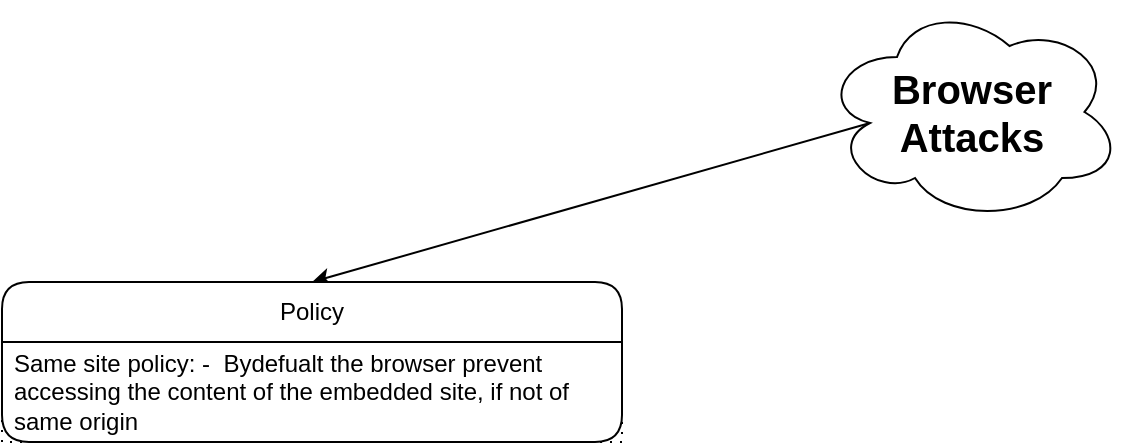
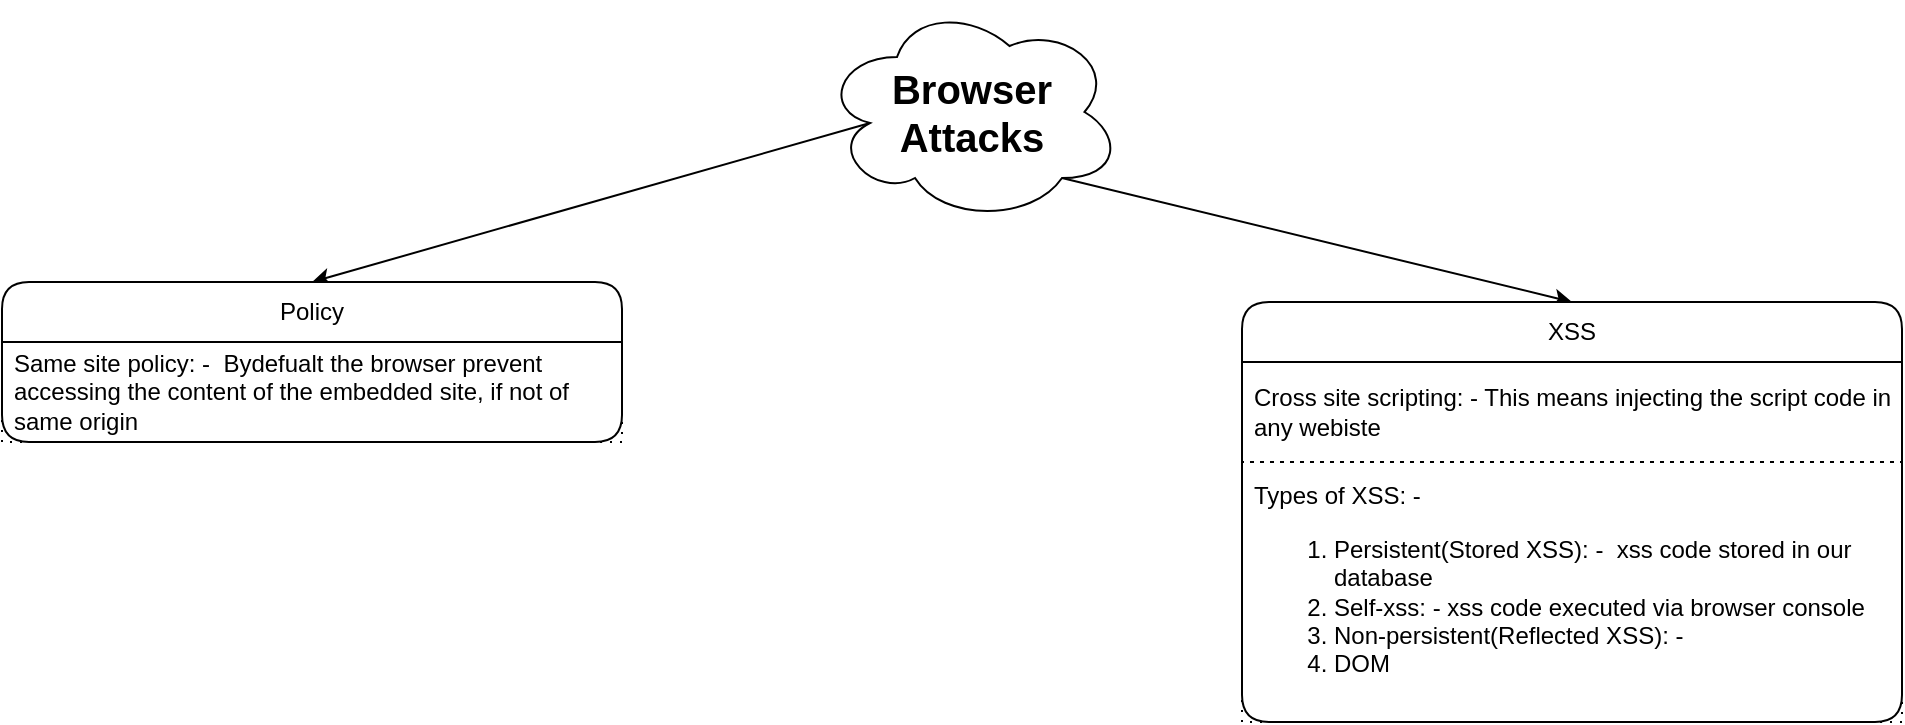
<mxfile host="65bd71144e">
    <diagram id="rGSJD5ddG8PQZyiLct0F" name="Page-1">
-         <mxGraphModel dx="1659" dy="475" grid="1" gridSize="10" guides="1" tooltips="1" connect="1" arrows="1" fold="1" page="1" pageScale="1" pageWidth="827" pageHeight="1169" background="#ffffff" math="0" shadow="0">
+         <mxGraphModel dx="1475" dy="475" grid="1" gridSize="10" guides="1" tooltips="1" connect="1" arrows="1" fold="1" page="1" pageScale="1" pageWidth="827" pageHeight="1169" background="#ffffff" math="0" shadow="0">
            <root>
                <mxCell id="0"/>
                <mxCell id="1" parent="0"/>
-                 <mxCell id="7" style="edgeStyle=none;html=1;exitX=0.16;exitY=0.55;exitDx=0;exitDy=0;exitPerimeter=0;entryX=0.5;entryY=0;entryDx=0;entryDy=0;" edge="1" parent="1" source="2" target="3">
+                 <mxCell id="7" style="edgeStyle=none;html=1;exitX=0.16;exitY=0.55;exitDx=0;exitDy=0;exitPerimeter=0;entryX=0.5;entryY=0;entryDx=0;entryDy=0;" parent="1" source="2" target="3" edge="1">
                    <mxGeometry relative="1" as="geometry"/>
                </mxCell>
-                 <mxCell id="2" value="&lt;b&gt;&lt;font style=&quot;font-size: 20px;&quot;&gt;Browser Attacks&lt;/font&gt;&lt;/b&gt;" style="ellipse;shape=cloud;whiteSpace=wrap;html=1;" vertex="1" parent="1">
+                 <mxCell id="10" style="edgeStyle=none;html=1;exitX=0.8;exitY=0.8;exitDx=0;exitDy=0;exitPerimeter=0;entryX=0.5;entryY=0;entryDx=0;entryDy=0;" edge="1" parent="1" source="2" target="8">
+                     <mxGeometry relative="1" as="geometry"/>
+                 </mxCell>
+                 <mxCell id="2" value="&lt;b&gt;&lt;font style=&quot;font-size: 20px;&quot;&gt;Browser Attacks&lt;/font&gt;&lt;/b&gt;" style="ellipse;shape=cloud;whiteSpace=wrap;html=1;" parent="1" vertex="1">
                    <mxGeometry x="230" y="350" width="150" height="110" as="geometry"/>
                </mxCell>
-                 <mxCell id="3" value="Policy" style="swimlane;fontStyle=0;childLayout=stackLayout;horizontal=1;startSize=30;horizontalStack=0;resizeParent=1;resizeParentMax=0;resizeLast=0;collapsible=1;marginBottom=0;whiteSpace=wrap;html=1;rounded=1;" vertex="1" parent="1">
+                 <mxCell id="3" value="Policy" style="swimlane;fontStyle=0;childLayout=stackLayout;horizontal=1;startSize=30;horizontalStack=0;resizeParent=1;resizeParentMax=0;resizeLast=0;collapsible=1;marginBottom=0;whiteSpace=wrap;html=1;rounded=1;" parent="1" vertex="1">
                    <mxGeometry x="-180" y="490" width="310" height="80" as="geometry"/>
                </mxCell>
-                 <mxCell id="4" value="Same site policy: -&amp;nbsp; Bydefualt the browser prevent accessing the content of the embedded site, if not of same origin" style="text;strokeColor=default;fillColor=none;align=left;verticalAlign=middle;spacingLeft=4;spacingRight=4;overflow=hidden;points=[[0,0.5],[1,0.5]];portConstraint=eastwest;rotatable=0;whiteSpace=wrap;html=1;dashed=1;dashPattern=1 4;" vertex="1" parent="3">
+                 <mxCell id="4" value="Same site policy: -&amp;nbsp; Bydefualt the browser prevent accessing the content of the embedded site, if not of same origin" style="text;strokeColor=default;fillColor=none;align=left;verticalAlign=middle;spacingLeft=4;spacingRight=4;overflow=hidden;points=[[0,0.5],[1,0.5]];portConstraint=eastwest;rotatable=0;whiteSpace=wrap;html=1;dashed=1;dashPattern=1 4;" parent="3" vertex="1">
                    <mxGeometry y="30" width="310" height="50" as="geometry"/>
+                 </mxCell>
+                 <mxCell id="8" value="XSS" style="swimlane;fontStyle=0;childLayout=stackLayout;horizontal=1;startSize=30;horizontalStack=0;resizeParent=1;resizeParentMax=0;resizeLast=0;collapsible=1;marginBottom=0;whiteSpace=wrap;html=1;rounded=1;" vertex="1" parent="1">
+                     <mxGeometry x="440" y="500" width="330" height="210" as="geometry"/>
+                 </mxCell>
+                 <mxCell id="9" value="Cross site scripting: - This means injecting the script code in any webiste" style="text;strokeColor=default;fillColor=none;align=left;verticalAlign=middle;spacingLeft=4;spacingRight=4;overflow=hidden;points=[[0,0.5],[1,0.5]];portConstraint=eastwest;rotatable=0;whiteSpace=wrap;html=1;dashed=1;dashPattern=1 4;" vertex="1" parent="8">
+                     <mxGeometry y="30" width="330" height="50" as="geometry"/>
+                 </mxCell>
+                 <mxCell id="11" value="Types of XSS: -&lt;div&gt;&lt;ol&gt;&lt;li&gt;Persistent(Stored XSS): -&amp;nbsp; xss code stored in our database&lt;/li&gt;&lt;li&gt;Self-xss: - xss code executed via browser console&lt;/li&gt;&lt;li&gt;Non-persistent(Reflected XSS): -&amp;nbsp;&lt;/li&gt;&lt;li&gt;DOM&lt;/li&gt;&lt;/ol&gt;&lt;/div&gt;" style="text;strokeColor=default;fillColor=none;align=left;verticalAlign=middle;spacingLeft=4;spacingRight=4;overflow=hidden;points=[[0,0.5],[1,0.5]];portConstraint=eastwest;rotatable=0;whiteSpace=wrap;html=1;dashed=1;dashPattern=1 4;" vertex="1" parent="8">
+                     <mxGeometry y="80" width="330" height="130" as="geometry"/>
                </mxCell>
            </root>
        </mxGraphModel>
    </diagram>
</mxfile>